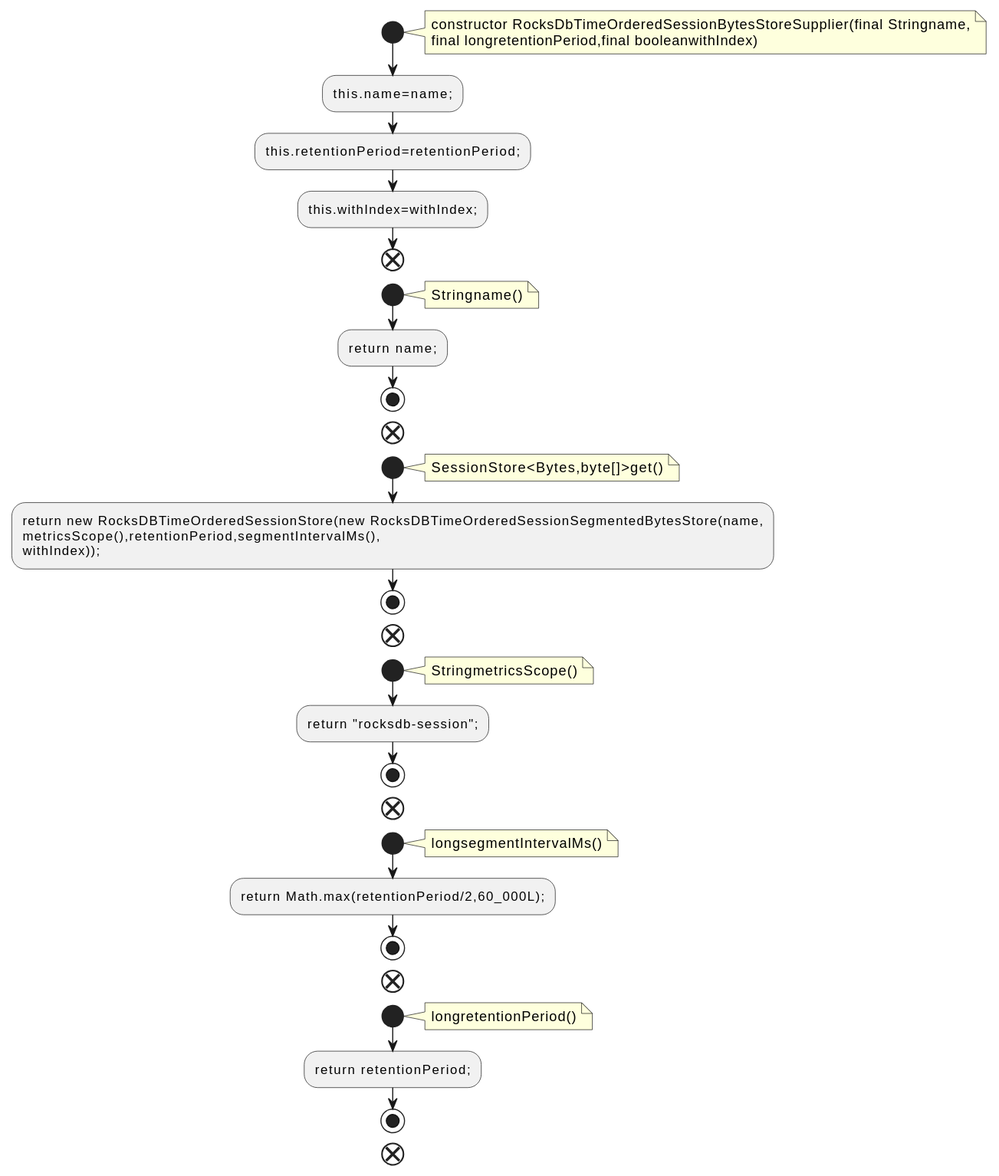
This is docs/qc/streams/src/main/java/org/apache/kafka/streams/state/internals/RocksDbTimeOrderedSessionBytesStoreSupplier.java.fct.svg from qualitesys/kafka, a PlantUML export, as it was before one commit.
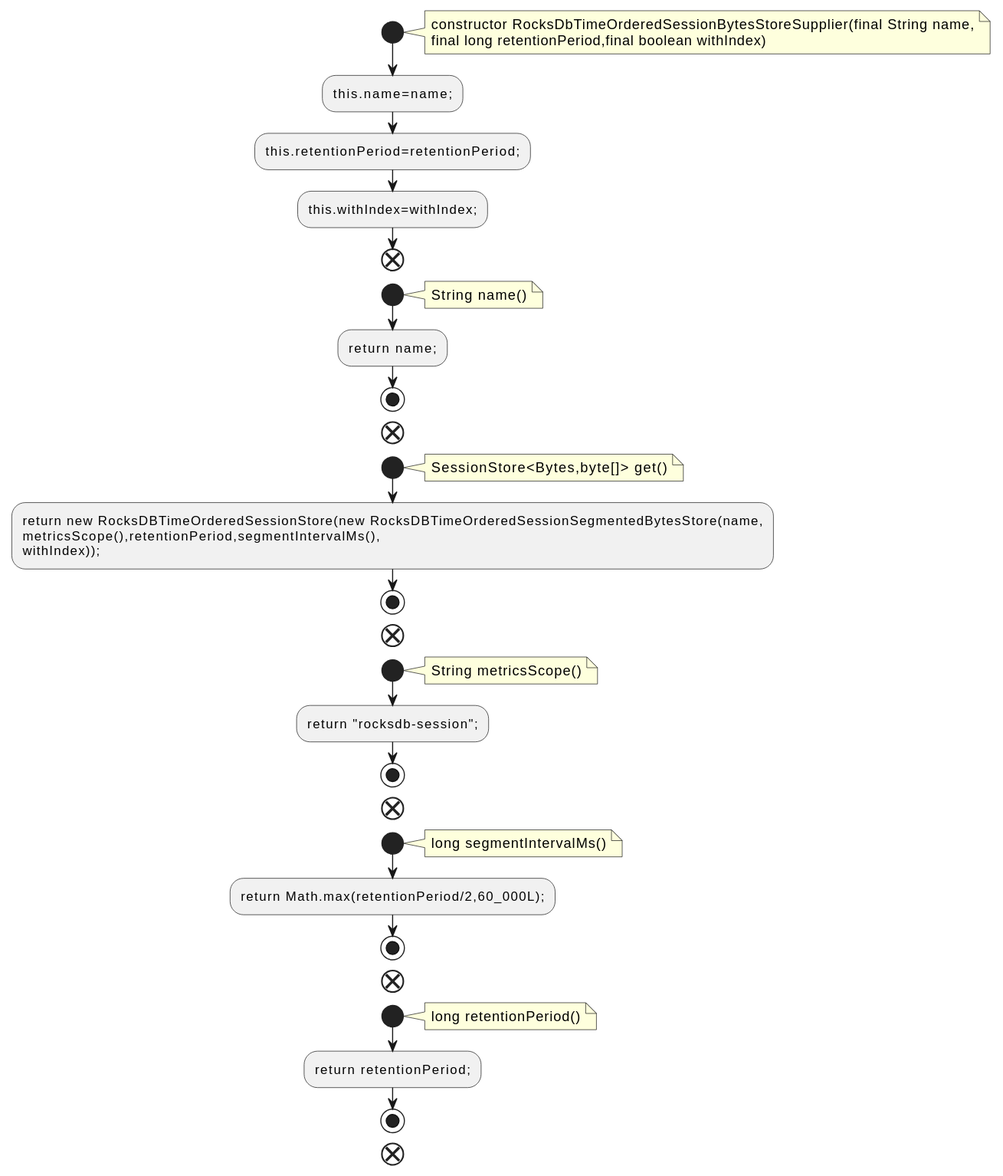
The same diagram one commit later.

Change to the diagram source:
```diff
@@ -2,8 +2,8 @@
 !pragma layout smetana
 start
 note right
-constructor RocksDbTimeOrderedSessionBytesStoreSupplier(final Stringname,
-final longretentionPeriod,final booleanwithIndex)
+constructor RocksDbTimeOrderedSessionBytesStoreSupplier(final String name,
+final long retentionPeriod,final boolean withIndex)
 end note
 :this.name=name;;
 :this.retentionPeriod=retentionPeriod;;
@@ -11,14 +11,14 @@
 end
 start
 note right
-Stringname()
+String name()
 end note
 :return name;;
 stop
 end
 start
 note right
-SessionStore<Bytes,byte[]>get()
+SessionStore<Bytes,byte[]> get()
 end note
 :return new RocksDBTimeOrderedSessionStore(new RocksDBTimeOrderedSessionSegmentedBytesStore(name,
 metricsScope(),retentionPeriod,segmentIntervalMs(),
@@ -27,21 +27,21 @@
 end
 start
 note right
-StringmetricsScope()
+String metricsScope()
 end note
 :return "rocksdb-session";;
 stop
 end
 start
 note right
-longsegmentIntervalMs()
+long segmentIntervalMs()
 end note
 :return Math.max(retentionPeriod/2,60_000L);;
 stop
 end
 start
 note right
-longretentionPeriod()
+long retentionPeriod()
 end note
 :return retentionPeriod;;
 stop
```
